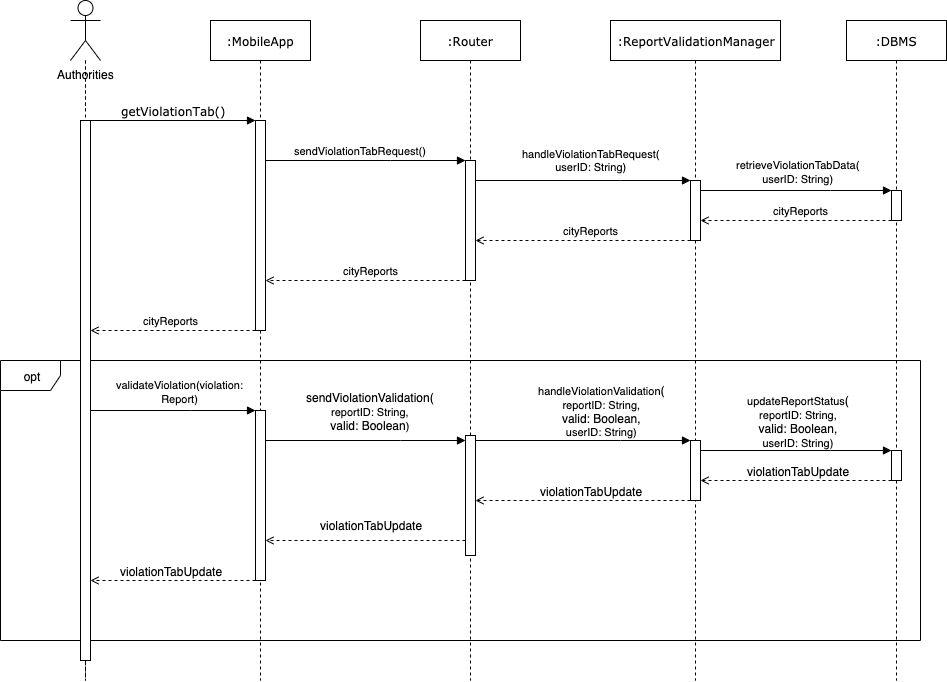
This is Documentation/DD/Images/SequenceDiagramViolationValidation.png from AndreaFalanti/FalantiHuang-SwEngineering2, a draw.io export, as it was before one commit. Source tidied: cells renumbered, new cells last; positions are measured from the earlier drawing's top-left corner, leaving out a move shared by most shapes.
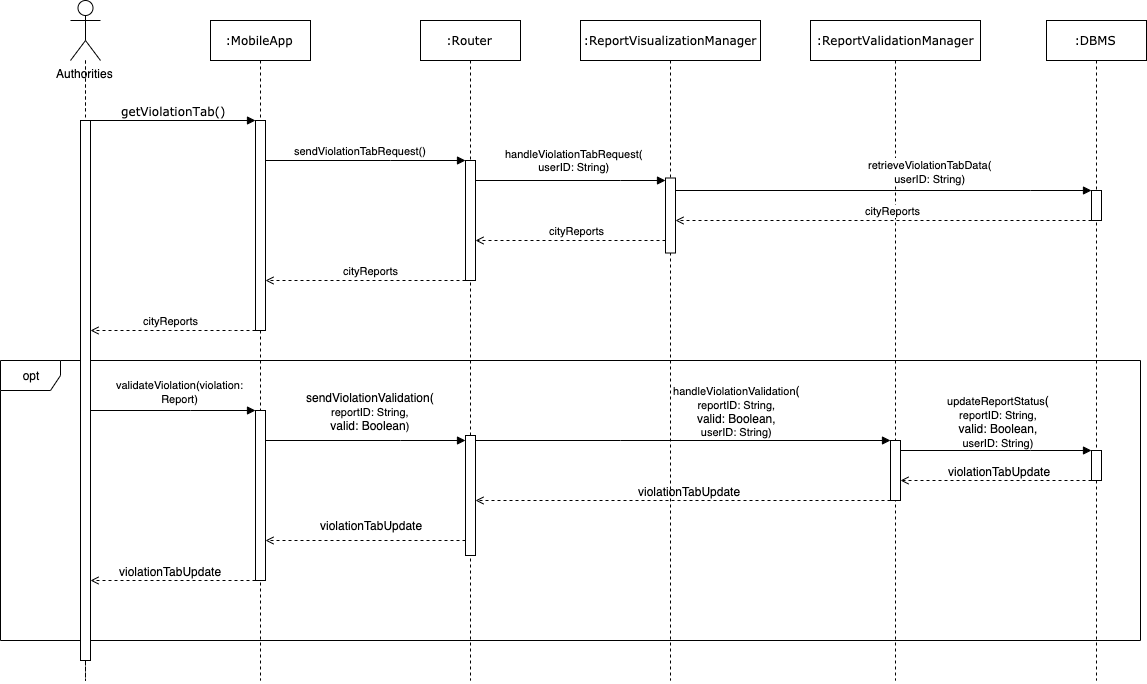
Later version of the same file.

What changed in the source:
```diff
@@ -3,7 +3,7 @@
     <mxCell id="0" />
     <mxCell id="1" parent="0" />
     <mxCell id="2" value="opt" style="shape=umlFrame;whiteSpace=wrap;html=1;rounded=0;" parent="1" vertex="1">
-      <mxGeometry y="360" width="920" height="280" as="geometry" />
+      <mxGeometry y="360" width="1140" height="280" as="geometry" />
     </mxCell>
     <mxCell id="3" value=":MobileApp" style="shape=umlLifeline;perimeter=lifelinePerimeter;whiteSpace=wrap;html=1;rounded=0;shadow=0;comic=0;labelBackgroundColor=none;strokeWidth=1;fontFamily=Verdana;fontSize=12;align=center;" parent="1" vertex="1">
       <mxGeometry x="210" y="20" width="100" height="660" as="geometry" />
@@ -21,13 +21,13 @@
       <mxGeometry x="45" y="415" width="10" height="120" as="geometry" />
     </mxCell>
     <mxCell id="8" value=":ReportValidationManager" style="shape=umlLifeline;perimeter=lifelinePerimeter;whiteSpace=wrap;html=1;rounded=0;shadow=0;comic=0;labelBackgroundColor=none;strokeWidth=1;fontFamily=Verdana;fontSize=12;align=center;" parent="1" vertex="1">
-      <mxGeometry x="610" y="20" width="170" height="660" as="geometry" />
+      <mxGeometry x="810" y="20" width="170" height="660" as="geometry" />
     </mxCell>
     <mxCell id="9" style="html=1;points=[];perimeter=orthogonalPerimeter;rounded=0;shadow=0;comic=0;labelBackgroundColor=none;strokeWidth=1;fontFamily=Verdana;fontSize=12;align=center;" parent="8" vertex="1">
       <mxGeometry x="80" y="420" width="10" height="60" as="geometry" />
     </mxCell>
     <mxCell id="10" value=":DBMS" style="shape=umlLifeline;perimeter=lifelinePerimeter;whiteSpace=wrap;html=1;rounded=0;shadow=0;comic=0;labelBackgroundColor=none;strokeWidth=1;fontFamily=Verdana;fontSize=12;align=center;" parent="1" vertex="1">
-      <mxGeometry x="846" y="20" width="100" height="660" as="geometry" />
+      <mxGeometry x="1046" y="20" width="100" height="660" as="geometry" />
     </mxCell>
     <mxCell id="11" style="html=1;points=[];perimeter=orthogonalPerimeter;rounded=0;shadow=0;comic=0;labelBackgroundColor=none;strokeWidth=1;fontFamily=Verdana;fontSize=12;align=center;" parent="10" vertex="1">
       <mxGeometry x="45" y="430" width="10" height="30" as="geometry" />
@@ -90,7 +90,7 @@
     <mxCell id="23" style="edgeStyle=none;rounded=0;jettySize=auto;html=1;startArrow=none;startFill=0;endArrow=block;endFill=1;" parent="1" edge="1" source="9" target="11">
       <mxGeometry relative="1" as="geometry">
         <Array as="points">
-          <mxPoint x="830" y="450" />
+          <mxPoint x="1030" y="450" />
         </Array>
       </mxGeometry>
     </mxCell>
@@ -102,7 +102,7 @@
     <mxCell id="25" style="edgeStyle=none;rounded=0;jettySize=auto;html=1;startArrow=none;startFill=0;endArrow=open;endFill=0;dashed=1;" parent="1" edge="1" source="11" target="9">
       <mxGeometry relative="1" as="geometry">
         <Array as="points">
-          <mxPoint x="810" y="480" />
+          <mxPoint x="1010" y="480" />
         </Array>
       </mxGeometry>
     </mxCell>
@@ -128,11 +128,8 @@
         </Array>
       </mxGeometry>
     </mxCell>
-    <mxCell id="30" style="html=1;points=[];perimeter=orthogonalPerimeter;rounded=0;shadow=0;comic=0;labelBackgroundColor=none;strokeWidth=1;fontFamily=Verdana;fontSize=12;align=center;" parent="1" vertex="1">
-      <mxGeometry x="690" y="180" width="10" height="60" as="geometry" />
-    </mxCell>
     <mxCell id="31" style="html=1;points=[];perimeter=orthogonalPerimeter;rounded=0;shadow=0;comic=0;labelBackgroundColor=none;strokeWidth=1;fontFamily=Verdana;fontSize=12;align=center;" parent="1" vertex="1">
-      <mxGeometry x="891" y="190" width="10" height="30" as="geometry" />
+      <mxGeometry x="1091" y="190" width="10" height="30" as="geometry" />
     </mxCell>
     <mxCell id="32" value="handleViolationTabRequest(&lt;br&gt;userID: String)" style="edgeStyle=none;rounded=0;jettySize=auto;html=1;startArrow=none;startFill=0;endArrow=block;endFill=1;" parent="1" edge="1" source="28" target="30">
       <mxGeometry x="0.35" y="36" relative="1" as="geometry">
@@ -145,7 +142,7 @@
     <mxCell id="33" style="edgeStyle=none;rounded=0;jettySize=auto;html=1;startArrow=none;startFill=0;endArrow=block;endFill=1;" parent="1" edge="1" source="30" target="31">
       <mxGeometry relative="1" as="geometry">
         <Array as="points">
-          <mxPoint x="830" y="190" />
+          <mxPoint x="1030" y="190" />
         </Array>
       </mxGeometry>
     </mxCell>
@@ -157,7 +154,7 @@
     <mxCell id="35" value="cityReports" style="edgeStyle=none;rounded=0;jettySize=auto;html=1;startArrow=none;startFill=0;endArrow=open;endFill=0;dashed=1;" parent="1" edge="1" source="31" target="30">
       <mxGeometry x="-0.05" y="-10" relative="1" as="geometry">
         <Array as="points">
-          <mxPoint x="810" y="220" />
+          <mxPoint x="1010" y="220" />
         </Array>
       </mxGeometry>
     </mxCell>
@@ -215,5 +212,11 @@
         <mxPoint x="6" y="-11" as="offset" />
       </mxGeometry>
     </mxCell>
+    <mxCell id="45" value=":ReportVisualizationManager" style="shape=umlLifeline;perimeter=lifelinePerimeter;whiteSpace=wrap;html=1;rounded=0;shadow=0;comic=0;labelBackgroundColor=none;strokeWidth=1;fontFamily=Verdana;fontSize=12;align=center;" parent="1" vertex="1">
+      <mxGeometry x="580" y="20" width="180" height="660" as="geometry" />
+    </mxCell>
+    <mxCell id="30" style="html=1;points=[];perimeter=orthogonalPerimeter;rounded=0;shadow=0;comic=0;labelBackgroundColor=none;strokeWidth=1;fontFamily=Verdana;fontSize=12;align=center;" parent="45" vertex="1">
+      <mxGeometry x="85" y="157.5" width="10" height="75" as="geometry" />
+    </mxCell>
   </root>
 </mxGraphModel>
```
